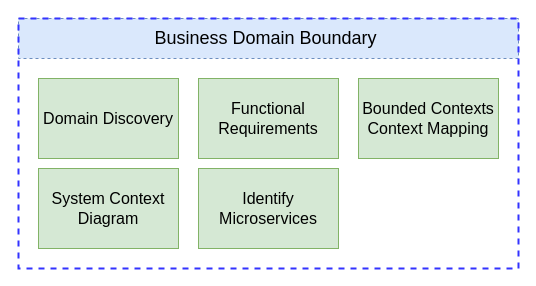
Earlier version of the draw.io diagram business-domain/drawio/Business Domain - Deliverables.drawio (rpicanco/MicroserviceArchitectureSolutionFramework). Source tidied: cells renumbered, new cells numbered last; positions are measured from the earlier drawing's top-left corner, leaving out a move shared by most shapes. Both pictures are drawn from the tidied source at 100%, with x=0, y=0 at pixel (18, 18).
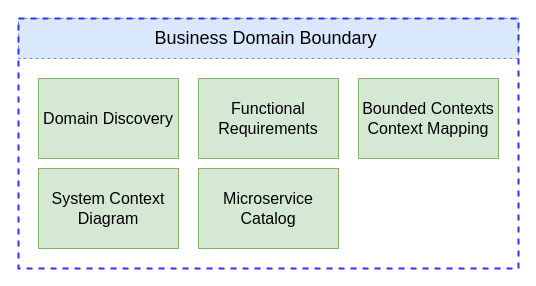
The same page after the edit.

Diff of the diagram source:
```diff
@@
 <mxGraphModel>
   <root>
     <mxCell id="0" />
     <mxCell id="1" parent="0" />
     <mxCell id="2" value="&lt;div&gt;&lt;font style=&quot;font-size: 18px&quot;&gt;Business Domain Boundary&amp;nbsp;&lt;/font&gt;&lt;/div&gt;" style="text;html=1;strokeColor=#6c8ebf;fillColor=#dae8fc;align=center;verticalAlign=middle;whiteSpace=wrap;rounded=0;dashed=1;" parent="1" vertex="1">
       <mxGeometry width="500" height="40" as="geometry" />
     </mxCell>
     <mxCell id="3" style="rounded=0;whiteSpace=wrap;html=1;dashed=1;fillColor=none;strokeColor=#3333FF;strokeWidth=2;" parent="1" vertex="1">
       <mxGeometry width="500" height="250" as="geometry" />
     </mxCell>
     <mxCell id="4" value="&lt;span style=&quot;font-size: 16px&quot;&gt;Domain Discovery&lt;/span&gt;" style="rounded=0;whiteSpace=wrap;html=1;fillColor=#d5e8d4;strokeColor=#82b366;" parent="1" vertex="1">
       <mxGeometry x="20" y="60" width="140" height="80" as="geometry" />
     </mxCell>
     <mxCell id="5" value="&lt;span style=&quot;font-size: 16px&quot;&gt;Functional Requirements&lt;/span&gt;" style="rounded=0;whiteSpace=wrap;html=1;fillColor=#d5e8d4;strokeColor=#82b366;" parent="1" vertex="1">
       <mxGeometry x="180" y="60" width="140" height="80" as="geometry" />
     </mxCell>
     <mxCell id="6" value="&lt;span style=&quot;font-size: 16px&quot;&gt;Bounded Contexts&lt;br&gt;Context Mapping&lt;/span&gt;" style="rounded=0;whiteSpace=wrap;html=1;fillColor=#d5e8d4;strokeColor=#82b366;" parent="1" vertex="1">
       <mxGeometry x="340" y="60" width="140" height="80" as="geometry" />
     </mxCell>
-    <mxCell id="7" value="&lt;span style=&quot;font-size: 16px&quot;&gt;Identify Microservices&lt;/span&gt;" style="rounded=0;whiteSpace=wrap;html=1;fillColor=#d5e8d4;strokeColor=#82b366;" parent="1" vertex="1">
+    <mxCell id="7" value="&lt;span style=&quot;font-size: 16px&quot;&gt;Microservice Catalog&lt;/span&gt;" style="rounded=0;whiteSpace=wrap;html=1;fillColor=#d5e8d4;strokeColor=#82b366;" parent="1" vertex="1">
       <mxGeometry x="180" y="150" width="140" height="80" as="geometry" />
     </mxCell>
     <mxCell id="8" value="&lt;span style=&quot;font-size: 16px&quot;&gt;System Context Diagram&lt;/span&gt;" style="rounded=0;whiteSpace=wrap;html=1;fillColor=#d5e8d4;strokeColor=#82b366;" parent="1" vertex="1">
       <mxGeometry x="20" y="150" width="140" height="80" as="geometry" />
     </mxCell>
   </root>
 </mxGraphModel>
```
